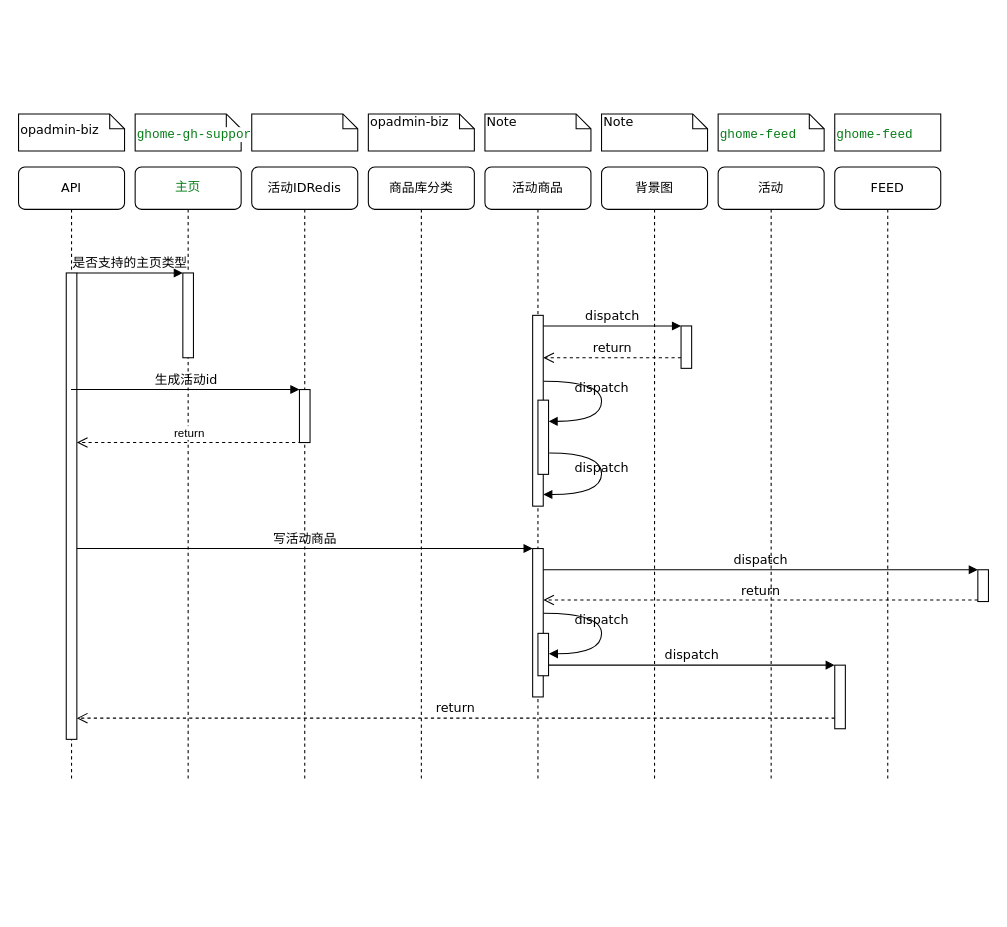
The draw.io diagram ktt复制时序图.drawio in Luffybaga/draw, before the edit. Source tidied: cells renumbered, new cells numbered last; positions are measured from the earlier drawing's top-left corner, leaving out a move shared by most shapes. Both pictures are drawn from the tidied source at 106%, with x=0, y=0 at pixel (18, 113).
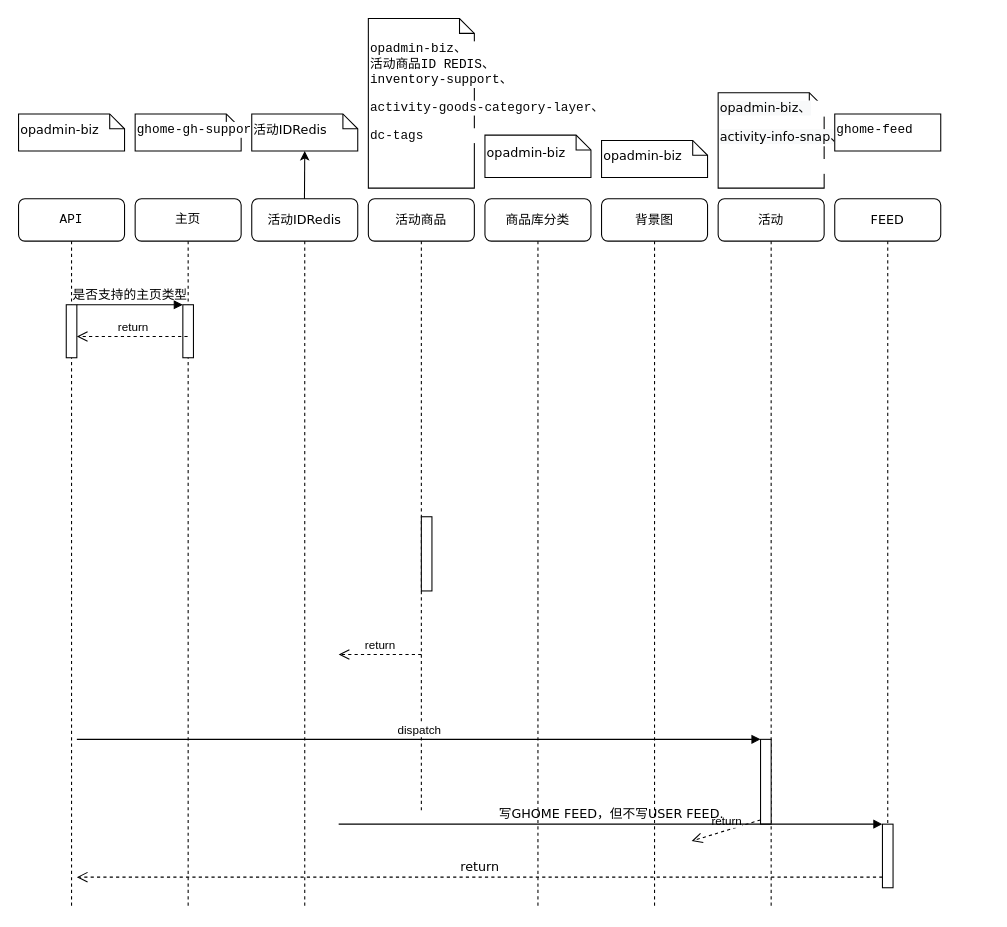
Above is the later version.

Commit message:
更新ktt复制时序图.drawio

Change to the diagram source:
```diff
@@
-    <mxCell id="2" value="&lt;pre style=&quot;background-color:#ffffff;color:#080808;font-family:'JetBrains Mono',monospace;font-size:9.0pt;&quot;&gt;&lt;span style=&quot;color:#067d17;&quot;&gt;主页&lt;/span&gt;&lt;/pre&gt;" style="shape=umlLifeline;perimeter=lifelinePerimeter;whiteSpace=wrap;html=1;outlineConnect=0;rounded=1;shadow=0;comic=0;labelBackgroundColor=none;strokeWidth=1;fontFamily=Verdana;fontSize=12;align=center;" parent="1" vertex="1">
-      <mxGeometry x="110" y="50" width="100" height="580" as="geometry" />
+    <mxCell id="2" value="&lt;pre style=&quot;background-color: rgb(255, 255, 255); font-family: &amp;quot;JetBrains Mono&amp;quot;, monospace; font-size: 9pt;&quot;&gt;&lt;span style=&quot;&quot;&gt;主页&lt;/span&gt;&lt;/pre&gt;" style="shape=umlLifeline;perimeter=lifelinePerimeter;whiteSpace=wrap;html=1;outlineConnect=0;rounded=1;shadow=0;comic=0;labelBackgroundColor=none;strokeWidth=1;fontFamily=Verdana;fontSize=12;align=center;fontColor=#000000;" parent="1" vertex="1">
+      <mxGeometry x="110" y="80" width="100" height="670" as="geometry" />
     </mxCell>
     <mxCell id="3" style="html=1;points=[];perimeter=orthogonalPerimeter;rounded=0;shadow=0;comic=0;labelBackgroundColor=none;strokeWidth=1;fontFamily=Verdana;fontSize=12;align=center;" parent="2" vertex="1">
-      <mxGeometry x="45" y="100" width="10" height="80" as="geometry" />
+      <mxGeometry x="45" y="100" width="10" height="50" as="geometry" />
     </mxCell>
+    <mxCell id="41" style="edgeStyle=orthogonalEdgeStyle;rounded=0;jettySize=auto;html=1;fontColor=#000000;" parent="1" edge="1" source="4" target="33">
+      <mxGeometry relative="1" as="geometry" />
+    </mxCell>
     <mxCell id="4" value="活动IDRedis" style="shape=umlLifeline;perimeter=lifelinePerimeter;whiteSpace=wrap;html=1;outlineConnect=0;rounded=1;shadow=0;comic=0;labelBackgroundColor=none;strokeWidth=1;fontFamily=Verdana;fontSize=12;align=center;" parent="1" vertex="1">
-      <mxGeometry x="220" y="50" width="100" height="580" as="geometry" />
+      <mxGeometry x="220" y="80" width="100" height="670" as="geometry" />
     </mxCell>
-    <mxCell id="5" style="html=1;points=[];perimeter=orthogonalPerimeter;rounded=0;shadow=0;comic=0;labelBackgroundColor=none;strokeWidth=1;fontFamily=Verdana;fontSize=12;align=center;" parent="4" vertex="1">
-      <mxGeometry x="45" y="210" width="10" height="50" as="geometry" />
-    </mxCell>
+    <mxCell id="42" value="return" style="html=1;verticalAlign=bottom;endArrow=open;dashed=1;endSize=8;rounded=0;fontColor=#000000;" parent="4" edge="1">
+      <mxGeometry relative="1" as="geometry">
+        <mxPoint x="160" y="430" as="sourcePoint" />
+        <mxPoint x="82" y="430" as="targetPoint" />
+      </mxGeometry>
+    </mxCell>
     <mxCell id="6" value="商品库分类" style="shape=umlLifeline;perimeter=lifelinePerimeter;whiteSpace=wrap;html=1;rounded=1;shadow=0;comic=0;labelBackgroundColor=none;strokeWidth=1;fontFamily=Verdana;fontSize=12;align=center;" parent="1" vertex="1">
-      <mxGeometry x="330" y="50" width="100" height="580" as="geometry" />
+      <mxGeometry x="440" y="80" width="100" height="670" as="geometry" />
     </mxCell>
     <mxCell id="7" value="活动商品" style="shape=umlLifeline;perimeter=lifelinePerimeter;whiteSpace=wrap;html=1;rounded=1;shadow=0;comic=0;labelBackgroundColor=none;strokeWidth=1;fontFamily=Verdana;fontSize=12;align=center;" parent="1" vertex="1">
-      <mxGeometry x="440" y="50" width="100" height="580" as="geometry" />
+      <mxGeometry x="330" y="80" width="100" height="580" as="geometry" />
     </mxCell>
+    <mxCell id="26" style="html=1;points=[];perimeter=orthogonalPerimeter;rounded=0;shadow=0;comic=0;labelBackgroundColor=none;strokeWidth=1;fontFamily=Verdana;fontSize=12;align=center;" parent="7" vertex="1">
+      <mxGeometry x="50" y="300" width="10" height="70" as="geometry" />
+    </mxCell>
     <mxCell id="8" value="背景图" style="shape=umlLifeline;perimeter=lifelinePerimeter;whiteSpace=wrap;html=1;rounded=1;shadow=0;comic=0;labelBackgroundColor=none;strokeWidth=1;fontFamily=Verdana;fontSize=12;align=center;" parent="1" vertex="1">
-      <mxGeometry x="550" y="50" width="100" height="580" as="geometry" />
+      <mxGeometry x="550" y="80" width="100" height="670" as="geometry" />
     </mxCell>
     <mxCell id="9" value="活动" style="shape=umlLifeline;perimeter=lifelinePerimeter;whiteSpace=wrap;html=1;rounded=1;shadow=0;comic=0;labelBackgroundColor=none;strokeWidth=1;fontFamily=Verdana;fontSize=12;align=center;" parent="1" vertex="1">
-      <mxGeometry x="660" y="50" width="100" height="580" as="geometry" />
+      <mxGeometry x="660" y="80" width="100" height="670" as="geometry" />
     </mxCell>
-    <mxCell id="10" value="API" style="shape=umlLifeline;perimeter=lifelinePerimeter;whiteSpace=wrap;html=1;outlineConnect=0;rounded=1;shadow=0;comic=0;labelBackgroundColor=none;strokeWidth=1;fontFamily=Verdana;fontSize=12;align=center;" parent="1" vertex="1">
-      <mxGeometry y="50" width="100" height="580" as="geometry" />
-    </mxCell>
-    <mxCell id="11" style="html=1;points=[];perimeter=orthogonalPerimeter;rounded=0;shadow=0;comic=0;labelBackgroundColor=none;strokeWidth=1;fontFamily=Verdana;fontSize=12;align=center;" parent="10" vertex="1">
-      <mxGeometry x="45" y="100" width="10" height="440" as="geometry" />
-    </mxCell>
-    <mxCell id="12" style="html=1;points=[];perimeter=orthogonalPerimeter;rounded=0;shadow=0;comic=0;labelBackgroundColor=none;strokeWidth=1;fontFamily=Verdana;fontSize=12;align=center;" parent="1" vertex="1">
-      <mxGeometry x="485" y="190" width="10" height="180" as="geometry" />
-    </mxCell>
-    <mxCell id="13" style="html=1;points=[];perimeter=orthogonalPerimeter;rounded=0;shadow=0;comic=0;labelBackgroundColor=none;strokeWidth=1;fontFamily=Verdana;fontSize=12;align=center;" parent="1" vertex="1">
-      <mxGeometry x="625" y="200" width="10" height="40" as="geometry" />
-    </mxCell>
-    <mxCell id="14" value="dispatch" style="html=1;verticalAlign=bottom;endArrow=block;entryX=0;entryY=0;labelBackgroundColor=none;fontFamily=Verdana;fontSize=12;edgeStyle=elbowEdgeStyle;elbow=vertical;" parent="1" edge="1" source="12" target="13">
-      <mxGeometry relative="1" as="geometry" />
-    </mxCell>
-    <mxCell id="15" value="return" style="html=1;verticalAlign=bottom;endArrow=open;dashed=1;endSize=8;labelBackgroundColor=none;fontFamily=Verdana;fontSize=12;edgeStyle=elbowEdgeStyle;elbow=vertical;" parent="1" edge="1" source="13" target="12">
-      <mxGeometry relative="1" as="geometry">
-        <Array as="points">
-          <mxPoint x="570" y="230" />
-          <mxPoint x="600" y="230" />
-        </Array>
-      </mxGeometry>
-    </mxCell>
-    <mxCell id="16" style="html=1;points=[];perimeter=orthogonalPerimeter;rounded=0;shadow=0;comic=0;labelBackgroundColor=none;strokeWidth=1;fontFamily=Verdana;fontSize=12;align=center;" parent="1" vertex="1">
-      <mxGeometry x="485" y="410" width="10" height="140" as="geometry" />
-    </mxCell>
-    <mxCell id="17" value="写活动商品" style="html=1;verticalAlign=bottom;endArrow=block;entryX=0;entryY=0;labelBackgroundColor=none;fontFamily=Verdana;fontSize=12;" parent="1" edge="1" source="11" target="16">
-      <mxGeometry relative="1" as="geometry" />
-    </mxCell>
-    <mxCell id="18" style="html=1;points=[];perimeter=orthogonalPerimeter;rounded=0;shadow=0;comic=0;labelBackgroundColor=none;strokeColor=#000000;strokeWidth=1;fillColor=#FFFFFF;fontFamily=Verdana;fontSize=12;fontColor=#000000;align=center;" parent="1" vertex="1">
-      <mxGeometry x="905" y="430" width="10" height="30" as="geometry" />
-    </mxCell>
-    <mxCell id="19" value="dispatch" style="html=1;verticalAlign=bottom;endArrow=block;entryX=0;entryY=0;labelBackgroundColor=none;fontFamily=Verdana;fontSize=12;" parent="1" edge="1" source="16" target="18">
-      <mxGeometry relative="1" as="geometry" />
-    </mxCell>
-    <mxCell id="20" value="return" style="html=1;verticalAlign=bottom;endArrow=open;dashed=1;endSize=8;exitX=0;exitY=0.95;labelBackgroundColor=none;fontFamily=Verdana;fontSize=12;" parent="1" edge="1" source="18" target="16">
-      <mxGeometry relative="1" as="geometry" />
-    </mxCell>
-    <mxCell id="21" style="html=1;points=[];perimeter=orthogonalPerimeter;rounded=0;shadow=0;comic=0;labelBackgroundColor=none;strokeWidth=1;fontFamily=Verdana;fontSize=12;align=center;" parent="1" vertex="1">
-      <mxGeometry x="770" y="520" width="10" height="60" as="geometry" />
-    </mxCell>
+    <mxCell id="43" style="html=1;points=[];perimeter=orthogonalPerimeter;fontColor=#000000;" parent="9" vertex="1">
+      <mxGeometry x="40" y="510" width="10" height="80" as="geometry" />
+    </mxCell>
+    <mxCell id="44" value="return" style="html=1;verticalAlign=bottom;endArrow=open;dashed=1;endSize=8;exitX=0;exitY=0.95;rounded=0;fontColor=#000000;" parent="9" edge="1" source="43">
+      <mxGeometry relative="1" as="geometry">
+        <mxPoint x="-25" y="606" as="targetPoint" />
+      </mxGeometry>
+    </mxCell>
-    <mxCell id="22" value="dispatch" style="html=1;verticalAlign=bottom;endArrow=block;entryX=0;entryY=0;labelBackgroundColor=none;fontFamily=Verdana;fontSize=12;edgeStyle=elbowEdgeStyle;elbow=vertical;" parent="1" edge="1" source="29" target="21">
-      <mxGeometry relative="1" as="geometry" />
+    <mxCell id="22" value="写GHOME FEED，但不写USER FEED." style="html=1;verticalAlign=bottom;endArrow=block;entryX=0;entryY=0;labelBackgroundColor=none;fontFamily=Verdana;fontSize=12;edgeStyle=elbowEdgeStyle;elbow=vertical;" parent="1" edge="1" target="21">
+      <mxGeometry relative="1" as="geometry">
+        <mxPoint x="302" y="670" as="sourcePoint" />
+      </mxGeometry>
     </mxCell>
-    <mxCell id="23" value="return" style="html=1;verticalAlign=bottom;endArrow=open;dashed=1;endSize=8;labelBackgroundColor=none;fontFamily=Verdana;fontSize=12;edgeStyle=elbowEdgeStyle;elbow=vertical;" parent="1" edge="1" source="21" target="11">
+    <mxCell id="23" value="return" style="html=1;verticalAlign=bottom;endArrow=open;dashed=1;endSize=8;labelBackgroundColor=none;fontFamily=Verdana;fontSize=12;edgeStyle=elbowEdgeStyle;elbow=vertical;" parent="1" edge="1" source="21">
       <mxGeometry relative="1" as="geometry">
+        <mxPoint x="55" y="720" as="targetPoint" />
         <Array as="points">
+          <mxPoint x="560" y="720" />
+          <mxPoint x="400" y="670" />
           <mxPoint x="470" y="570" />
         </Array>
       </mxGeometry>
     </mxCell>
-    <mxCell id="24" value="是否支持的主页类型" style="html=1;verticalAlign=bottom;endArrow=block;entryX=0;entryY=0;labelBackgroundColor=none;fontFamily=Verdana;fontSize=12;edgeStyle=elbowEdgeStyle;elbow=vertical;" parent="1" edge="1" source="11" target="3">
-      <mxGeometry relative="1" as="geometry" />
+    <mxCell id="24" value="是否支持的主页类型" style="html=1;verticalAlign=bottom;endArrow=block;entryX=0;entryY=0;labelBackgroundColor=none;fontFamily=Verdana;fontSize=12;edgeStyle=elbowEdgeStyle;elbow=vertical;" parent="1" edge="1" target="3">
+      <mxGeometry relative="1" as="geometry">
+        <mxPoint x="55" y="180" as="sourcePoint" />
+      </mxGeometry>
     </mxCell>
-    <mxCell id="25" value="生成活动id" style="html=1;verticalAlign=bottom;endArrow=block;entryX=0;entryY=0;labelBackgroundColor=none;fontFamily=Verdana;fontSize=12;edgeStyle=elbowEdgeStyle;elbow=vertical;" parent="1" edge="1" source="10" target="5">
-      <mxGeometry relative="1" as="geometry" />
-    </mxCell>
-    <mxCell id="26" style="html=1;points=[];perimeter=orthogonalPerimeter;rounded=0;shadow=0;comic=0;labelBackgroundColor=none;strokeWidth=1;fontFamily=Verdana;fontSize=12;align=center;" parent="1" vertex="1">
-      <mxGeometry x="490" y="270" width="10" height="70" as="geometry" />
-    </mxCell>
-    <mxCell id="27" value="dispatch" style="html=1;verticalAlign=bottom;endArrow=block;labelBackgroundColor=none;fontFamily=Verdana;fontSize=12;elbow=vertical;edgeStyle=orthogonalEdgeStyle;curved=1;entryX=1;entryY=0.286;entryPerimeter=0;exitX=1.038;exitY=0.345;exitPerimeter=0;" parent="1" edge="1" source="12" target="26">
-      <mxGeometry relative="1" as="geometry">
-        <Array as="points">
-          <mxPoint x="550" y="252" />
-          <mxPoint x="550" y="290" />
-        </Array>
-      </mxGeometry>
-    </mxCell>
-    <mxCell id="28" value="dispatch" style="html=1;verticalAlign=bottom;endArrow=block;labelBackgroundColor=none;fontFamily=Verdana;fontSize=12;elbow=vertical;edgeStyle=orthogonalEdgeStyle;curved=1;exitX=1.066;exitY=0.713;exitPerimeter=0;" parent="1" edge="1" source="26">
-      <mxGeometry relative="1" as="geometry">
-        <mxPoint x="495" y="359" as="targetPoint" />
-        <Array as="points">
-          <mxPoint x="550" y="320" />
-          <mxPoint x="550" y="359" />
-        </Array>
-      </mxGeometry>
-    </mxCell>
-    <mxCell id="29" style="html=1;points=[];perimeter=orthogonalPerimeter;rounded=0;shadow=0;comic=0;labelBackgroundColor=none;strokeWidth=1;fontFamily=Verdana;fontSize=12;align=center;" parent="1" vertex="1">
-      <mxGeometry x="490" y="490" width="10" height="40" as="geometry" />
-    </mxCell>
-    <mxCell id="30" value="dispatch" style="html=1;verticalAlign=bottom;endArrow=block;labelBackgroundColor=none;fontFamily=Verdana;fontSize=12;elbow=vertical;edgeStyle=orthogonalEdgeStyle;curved=1;entryX=1;entryY=0.286;entryPerimeter=0;exitX=1.038;exitY=0.345;exitPerimeter=0;" parent="1" edge="1">
-      <mxGeometry relative="1" as="geometry">
-        <mxPoint x="495.3" y="471" as="sourcePoint" />
-        <mxPoint x="500.3" y="509.3" as="targetPoint" />
-        <Array as="points">
-          <mxPoint x="550" y="471" />
-          <mxPoint x="550" y="509" />
-        </Array>
-      </mxGeometry>
-    </mxCell>
@@
-    <mxCell id="32" value="&lt;pre style=&quot;background-color:#ffffff;color:#080808;font-family:'JetBrains Mono',monospace;font-size:9.0pt;&quot;&gt;&lt;span style=&quot;color:#067d17;&quot;&gt;ghome-gh-support&lt;/span&gt;&lt;/pre&gt;" style="shape=note;whiteSpace=wrap;html=1;size=14;verticalAlign=top;align=left;spacingTop=-6;rounded=0;shadow=0;comic=0;labelBackgroundColor=none;strokeWidth=1;fontFamily=Verdana;fontSize=12;" parent="1" vertex="1">
+    <mxCell id="32" value="&lt;pre style=&quot;background-color: rgb(255, 255, 255); font-family: &amp;quot;JetBrains Mono&amp;quot;, monospace; font-size: 9pt;&quot;&gt;&lt;span style=&quot;&quot;&gt;ghome-gh-support&lt;/span&gt;&lt;/pre&gt;" style="shape=note;whiteSpace=wrap;html=1;size=14;verticalAlign=middle;align=left;spacingTop=-6;rounded=0;shadow=0;comic=0;labelBackgroundColor=none;strokeWidth=1;fontFamily=Verdana;fontSize=12;fontColor=#000000;" parent="1" vertex="1">
       <mxGeometry x="110" width="100" height="35" as="geometry" />
     </mxCell>
-    <mxCell id="33" value="&lt;div style=&quot;text-align: center;&quot;&gt;&lt;br&gt;&lt;/div&gt;" style="shape=note;whiteSpace=wrap;html=1;size=14;verticalAlign=top;align=left;spacingTop=-6;rounded=0;shadow=0;comic=0;labelBackgroundColor=none;strokeWidth=1;fontFamily=Verdana;fontSize=12;" parent="1" vertex="1">
+    <mxCell id="33" value="&lt;div style=&quot;text-align: center;&quot;&gt;活动IDRedis&lt;br&gt;&lt;/div&gt;" style="shape=note;whiteSpace=wrap;html=1;size=14;verticalAlign=middle;align=left;spacingTop=-6;rounded=0;shadow=0;comic=0;labelBackgroundColor=none;strokeWidth=1;fontFamily=Verdana;fontSize=12;" parent="1" vertex="1">
       <mxGeometry x="220" width="100" height="35" as="geometry" />
     </mxCell>
-    <mxCell id="34" value="&lt;span style=&quot;text-align: center;&quot;&gt;opadmin-biz&lt;/span&gt;" style="shape=note;whiteSpace=wrap;html=1;size=14;verticalAlign=top;align=left;spacingTop=-6;rounded=0;shadow=0;comic=0;labelBackgroundColor=none;strokeWidth=1;fontFamily=Verdana;fontSize=12;" parent="1" vertex="1">
-      <mxGeometry x="330" width="100" height="35" as="geometry" />
+    <mxCell id="34" value="&lt;p style=&quot;background-color: rgb(255, 255, 255); font-family: &amp;quot;JetBrains Mono&amp;quot;, monospace; font-size: 9pt;&quot;&gt;&lt;span style=&quot;text-align: center;&quot;&gt;opadmin-biz、&lt;br&gt;&lt;/span&gt;&lt;span style=&quot;text-align: center;&quot;&gt;活动商品ID REDIS、&lt;br&gt;&lt;/span&gt;&lt;span style=&quot;&quot;&gt;inventory-support、&lt;/span&gt;&lt;/p&gt;&lt;pre style=&quot;font-size: 9pt; background-color: rgb(255, 255, 255); color: rgb(8, 8, 8); font-family: &amp;quot;JetBrains Mono&amp;quot;, monospace;&quot;&gt;activity-goods-category-layer、&lt;/pre&gt;&lt;pre style=&quot;font-size: 9pt; background-color: rgb(255, 255, 255); color: rgb(8, 8, 8); font-family: &amp;quot;JetBrains Mono&amp;quot;, monospace;&quot;&gt;dc-tags&lt;/pre&gt;&lt;span style=&quot;text-align: center;&quot;&gt;&lt;br&gt;&lt;/span&gt;" style="shape=note;whiteSpace=wrap;html=1;size=14;verticalAlign=middle;align=left;spacingTop=-6;rounded=0;shadow=0;comic=0;labelBackgroundColor=none;strokeWidth=1;fontFamily=Verdana;fontSize=12;fontColor=#000000;" parent="1" vertex="1">
+      <mxGeometry x="330" y="-90" width="100" height="160" as="geometry" />
     </mxCell>
-    <mxCell id="35" value="Note" style="shape=note;whiteSpace=wrap;html=1;size=14;verticalAlign=top;align=left;spacingTop=-6;rounded=0;shadow=0;comic=0;labelBackgroundColor=none;strokeWidth=1;fontFamily=Verdana;fontSize=12;" parent="1" vertex="1">
-      <mxGeometry x="440" width="100" height="35" as="geometry" />
+    <mxCell id="35" value="&lt;span style=&quot;text-align: center;&quot;&gt;opadmin-biz&lt;/span&gt;" style="shape=note;whiteSpace=wrap;html=1;size=14;verticalAlign=middle;align=left;spacingTop=-6;rounded=0;shadow=0;comic=0;labelBackgroundColor=none;strokeWidth=1;fontFamily=Verdana;fontSize=12;" parent="1" vertex="1">
+      <mxGeometry x="440" y="20" width="100" height="40" as="geometry" />
     </mxCell>
-    <mxCell id="36" value="Note" style="shape=note;whiteSpace=wrap;html=1;size=14;verticalAlign=top;align=left;spacingTop=-6;rounded=0;shadow=0;comic=0;labelBackgroundColor=none;strokeWidth=1;fontFamily=Verdana;fontSize=12;" parent="1" vertex="1">
-      <mxGeometry x="550" width="100" height="35" as="geometry" />
+    <mxCell id="36" value="&lt;span style=&quot;text-align: center;&quot;&gt;opadmin-biz&lt;/span&gt;" style="shape=note;whiteSpace=wrap;html=1;size=14;verticalAlign=middle;align=left;spacingTop=-6;rounded=0;shadow=0;comic=0;labelBackgroundColor=none;strokeWidth=1;fontFamily=Verdana;fontSize=12;" parent="1" vertex="1">
+      <mxGeometry x="550" y="25" width="100" height="35" as="geometry" />
     </mxCell>
-    <mxCell id="37" value="&lt;pre style=&quot;background-color:#ffffff;color:#080808;font-family:'JetBrains Mono',monospace;font-size:9.0pt;&quot;&gt;&lt;span style=&quot;color:#067d17;&quot;&gt;ghome-feed&lt;/span&gt;&lt;/pre&gt;" style="shape=note;whiteSpace=wrap;html=1;size=14;verticalAlign=top;align=left;spacingTop=-6;rounded=0;shadow=0;comic=0;labelBackgroundColor=none;strokeWidth=1;fontFamily=Verdana;fontSize=12;" parent="1" vertex="1">
-      <mxGeometry x="660" width="100" height="35" as="geometry" />
+    <mxCell id="37" value="&lt;pre style=&quot;background-color:#ffffff;color:#080808;font-family:'JetBrains Mono',monospace;font-size:9.0pt;&quot;&gt;&lt;span style=&quot;color: rgb(0, 0, 0); font-family: Verdana; text-align: center; background-color: rgb(248, 249, 250);&quot;&gt;opadmin-biz、&lt;/span&gt;&lt;br&gt;&lt;/pre&gt;&lt;pre style=&quot;background-color:#ffffff;color:#080808;font-family:'JetBrains Mono',monospace;font-size:9.0pt;&quot;&gt;&lt;span style=&quot;color: rgb(0, 0, 0); font-family: Verdana; text-align: center; background-color: rgb(248, 249, 250);&quot;&gt;activity-info-snap、&lt;/span&gt;&lt;/pre&gt;&lt;pre style=&quot;background-color:#ffffff;color:#080808;font-family:'JetBrains Mono',monospace;font-size:9.0pt;&quot;&gt;&lt;br&gt;&lt;/pre&gt;" style="shape=note;whiteSpace=wrap;html=1;size=14;verticalAlign=middle;align=left;spacingTop=-6;rounded=0;shadow=0;comic=0;labelBackgroundColor=none;strokeWidth=1;fontFamily=Verdana;fontSize=12;" parent="1" vertex="1">
+      <mxGeometry x="660" y="-20" width="100" height="90" as="geometry" />
     </mxCell>
-    <mxCell id="38" value="return" style="html=1;verticalAlign=bottom;endArrow=open;dashed=1;endSize=8;rounded=0;exitX=0.2;exitY=1;exitDx=0;exitDy=0;exitPerimeter=0;" parent="1" edge="1" source="5" target="11">
-      <mxGeometry relative="1" as="geometry" />
-    </mxCell>
     <mxCell id="39" value="FEED" style="shape=umlLifeline;perimeter=lifelinePerimeter;whiteSpace=wrap;html=1;rounded=1;shadow=0;comic=0;labelBackgroundColor=none;strokeWidth=1;fontFamily=Verdana;fontSize=12;align=center;" parent="1" vertex="1">
-      <mxGeometry x="770" y="50" width="100" height="580" as="geometry" />
+      <mxGeometry x="770" y="80" width="100" height="600" as="geometry" />
     </mxCell>
-    <mxCell id="40" value="&lt;pre style=&quot;background-color:#ffffff;color:#080808;font-family:'JetBrains Mono',monospace;font-size:9.0pt;&quot;&gt;&lt;span style=&quot;color:#067d17;&quot;&gt;ghome-feed&lt;/span&gt;&lt;/pre&gt;" style="shape=note;whiteSpace=wrap;html=1;size=0;verticalAlign=top;align=left;spacingTop=-6;rounded=0;shadow=0;comic=0;labelBackgroundColor=none;strokeWidth=1;fontFamily=Verdana;fontSize=12;" parent="1" vertex="1">
+    <mxCell id="40" value="&lt;pre style=&quot;background-color: rgb(255, 255, 255); font-family: &amp;quot;JetBrains Mono&amp;quot;, monospace; font-size: 9pt;&quot;&gt;&lt;span style=&quot;&quot;&gt;ghome-feed&lt;/span&gt;&lt;/pre&gt;" style="shape=note;whiteSpace=wrap;html=1;size=0;verticalAlign=middle;align=left;spacingTop=-6;rounded=0;shadow=0;comic=0;labelBackgroundColor=none;strokeWidth=1;fontFamily=Verdana;fontSize=12;fontColor=#000000;" parent="1" vertex="1">
       <mxGeometry x="770" width="100" height="35" as="geometry" />
     </mxCell>
+    <mxCell id="45" value="return" style="html=1;verticalAlign=bottom;endArrow=open;dashed=1;endSize=8;rounded=0;" parent="1" edge="1" source="2">
+      <mxGeometry relative="1" as="geometry">
+        <mxPoint x="55" y="210" as="targetPoint" />
+        <Array as="points">
+          <mxPoint x="120" y="210" />
+        </Array>
+      </mxGeometry>
+    </mxCell>
+    <mxCell id="21" style="html=1;points=[];perimeter=orthogonalPerimeter;rounded=0;shadow=0;comic=0;labelBackgroundColor=none;strokeWidth=1;fontFamily=Verdana;fontSize=12;align=center;" parent="1" vertex="1">
+      <mxGeometry x="815" y="670" width="10" height="60" as="geometry" />
+    </mxCell>
+    <mxCell id="46" value="dispatch" style="html=1;verticalAlign=bottom;endArrow=block;entryX=0;entryY=0;rounded=0;fontColor=#000000;" parent="1" edge="1" target="43">
+      <mxGeometry relative="1" as="geometry">
+        <mxPoint x="55" y="590" as="sourcePoint" />
+      </mxGeometry>
+    </mxCell>
+    <mxCell id="10" value="&lt;pre style=&quot;background-color: rgb(255, 255, 255); font-family: &amp;quot;JetBrains Mono&amp;quot;, monospace; font-size: 9pt;&quot;&gt;&lt;span style=&quot;&quot;&gt;API&lt;/span&gt;&lt;/pre&gt;" style="shape=umlLifeline;perimeter=lifelinePerimeter;whiteSpace=wrap;html=1;outlineConnect=0;rounded=1;shadow=0;comic=0;labelBackgroundColor=none;strokeWidth=1;fontFamily=Verdana;fontSize=12;align=center;fontColor=#000000;" parent="1" vertex="1">
+      <mxGeometry y="80" width="100" height="670" as="geometry" />
+    </mxCell>
+    <mxCell id="47" style="html=1;perimeter=orthogonalPerimeter;rounded=0;shadow=0;comic=0;labelBackgroundColor=none;strokeWidth=1;fontFamily=Verdana;fontSize=12;align=center;" parent="10" vertex="1">
+      <mxGeometry x="45" y="100" width="10" height="50" as="geometry" />
+    </mxCell>
```
